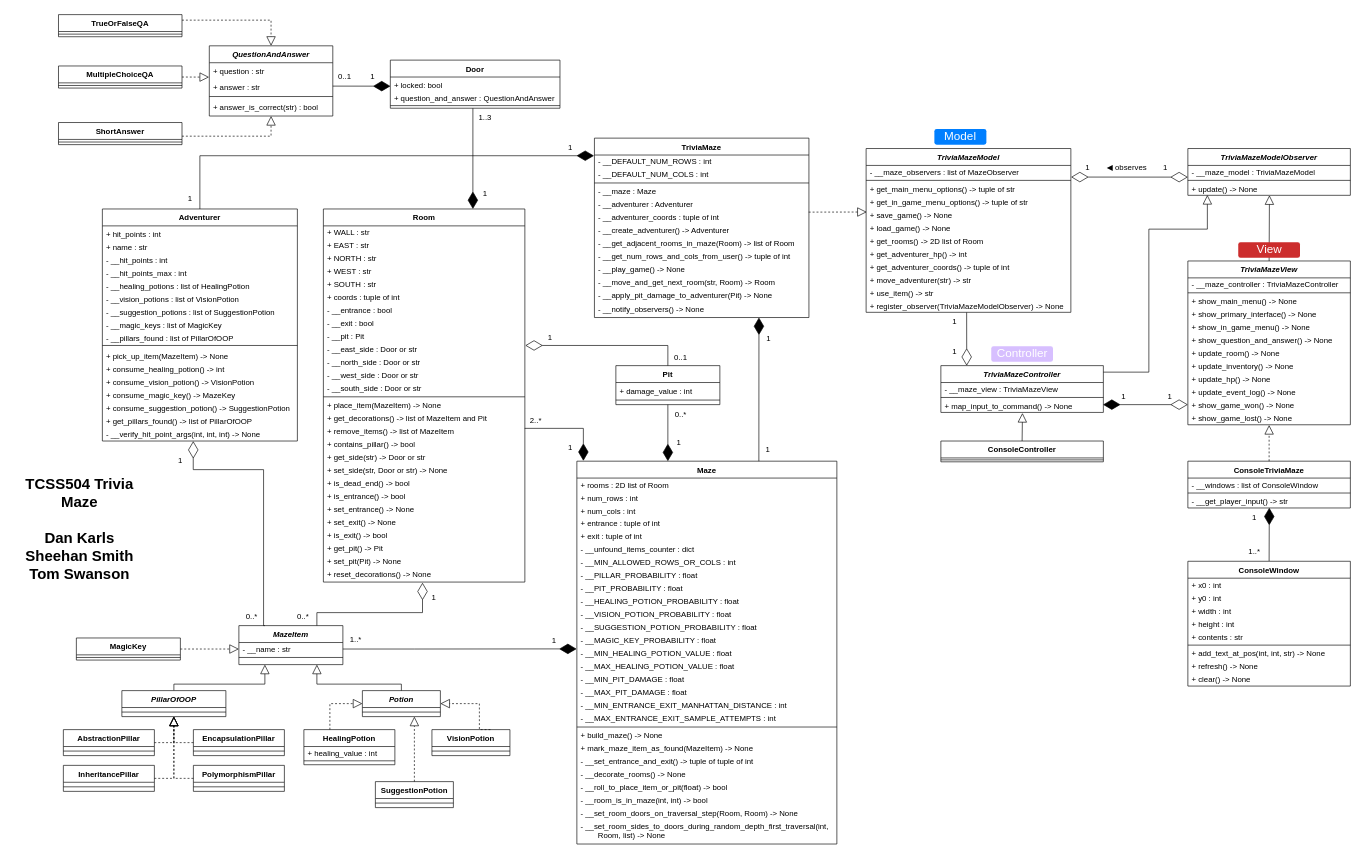
Above: doc/UML.drawio in dskarls/TCSS504-Trivia-Maze (draw.io), before the change. Source tidied: cells renumbered, new cells numbered last; positions are measured from the earlier drawing's top-left corner, leaving out a move shared by most shapes. Both pictures are drawn from the tidied source at 65%, with x=0, y=0 at pixel (11, 14).
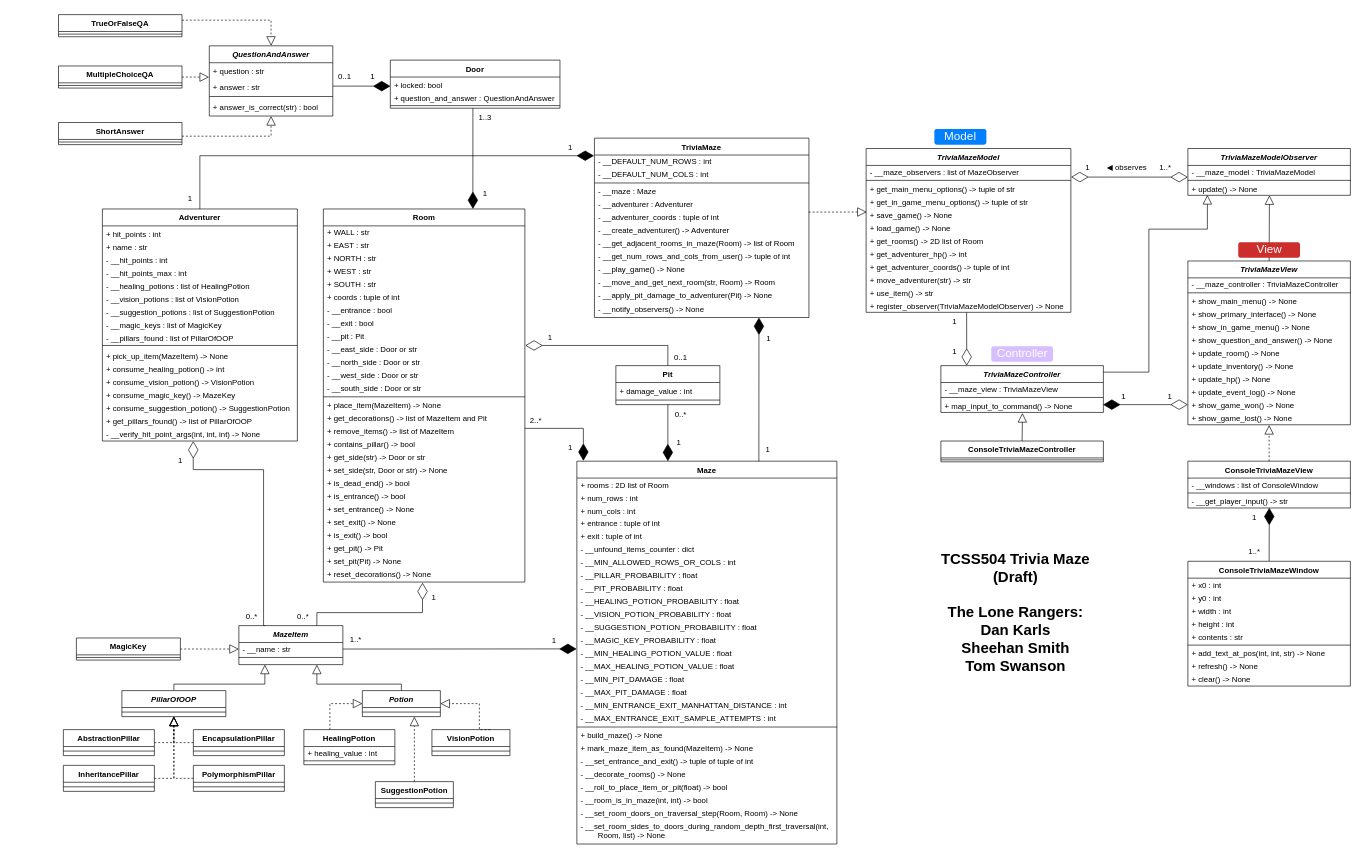
The same diagram, later.

Commit message:
DOC: Final minor cleanup of UML draft before submission

What changed in the source:
```diff
@@
-    <mxCell id="130" value="TCSS504 Trivia Maze&lt;br style=&quot;font-size: 23px;&quot;&gt;&lt;br style=&quot;font-size: 23px;&quot;&gt;Dan Karls&lt;br style=&quot;font-size: 23px;&quot;&gt;Sheehan Smith&lt;br style=&quot;font-size: 23px;&quot;&gt;Tom Swanson" style="text;html=1;strokeColor=none;fillColor=none;align=center;verticalAlign=middle;whiteSpace=wrap;rounded=0;fontFamily=Helvetica;fontSize=23;fontStyle=1;" parent="1" vertex="1">
-      <mxGeometry y="702" width="210" height="180" as="geometry" />
+    <mxCell id="130" value="TCSS504 Trivia Maze (Draft)&lt;br&gt;&lt;br&gt;The Lone Rangers:&lt;br style=&quot;font-size: 23px;&quot;&gt;Dan Karls&lt;br style=&quot;font-size: 23px;&quot;&gt;Sheehan Smith&lt;br style=&quot;font-size: 23px;&quot;&gt;Tom Swanson" style="text;html=1;strokeColor=none;fillColor=none;align=center;verticalAlign=middle;whiteSpace=wrap;rounded=0;fontFamily=Helvetica;fontSize=23;fontStyle=1;" parent="1" vertex="1">
+      <mxGeometry x="1400" y="830" width="290" height="180" as="geometry" />
     </mxCell>
@@
-    <mxCell id="204" value="ConsoleTriviaMaze" style="swimlane;fontStyle=1;align=center;verticalAlign=top;horizontal=1;startSize=26;fontFamily=Helvetica;fontSize=12;" parent="1" vertex="1">
+    <mxCell id="204" value="ConsoleTriviaMazeView" style="swimlane;fontStyle=1;align=center;verticalAlign=top;horizontal=1;startSize=26;fontFamily=Helvetica;fontSize=12;" parent="1" vertex="1">
       <mxGeometry x="1810" y="687" width="250" height="72" as="geometry" />
     </mxCell>
@@
-    <mxCell id="216" value="ConsoleWindow" style="swimlane;fontStyle=1;align=center;verticalAlign=top;horizontal=1;startSize=26;fontFamily=Helvetica;fontSize=12;" parent="1" vertex="1">
+    <mxCell id="216" value="ConsoleTriviaMazeWindow" style="swimlane;fontStyle=1;align=center;verticalAlign=top;horizontal=1;startSize=26;fontFamily=Helvetica;fontSize=12;" parent="1" vertex="1">
       <mxGeometry x="1810" y="841" width="250" height="192" as="geometry" />
     </mxCell>
@@
-    <mxCell id="227" value="1" style="text;html=1;strokeColor=none;fillColor=none;align=center;verticalAlign=middle;whiteSpace=wrap;rounded=0;fontStyle=0;" parent="1" vertex="1">
+    <mxCell id="227" value="1..*" style="text;html=1;strokeColor=none;fillColor=none;align=center;verticalAlign=middle;whiteSpace=wrap;rounded=0;fontStyle=0;" parent="1" vertex="1">
       <mxGeometry x="1763" y="220" width="25" height="30" as="geometry" />
     </mxCell>
@@
-    <mxCell id="246" value="ConsoleController" style="swimlane;fontStyle=1;align=center;verticalAlign=top;horizontal=1;startSize=26;fontFamily=Helvetica;fontSize=12;" parent="1" vertex="1">
+    <mxCell id="246" value="ConsoleTriviaMazeController" style="swimlane;fontStyle=1;align=center;verticalAlign=top;horizontal=1;startSize=26;fontFamily=Helvetica;fontSize=12;" parent="1" vertex="1">
       <mxGeometry x="1430" y="656" width="250" height="32" as="geometry" />
     </mxCell>
```
